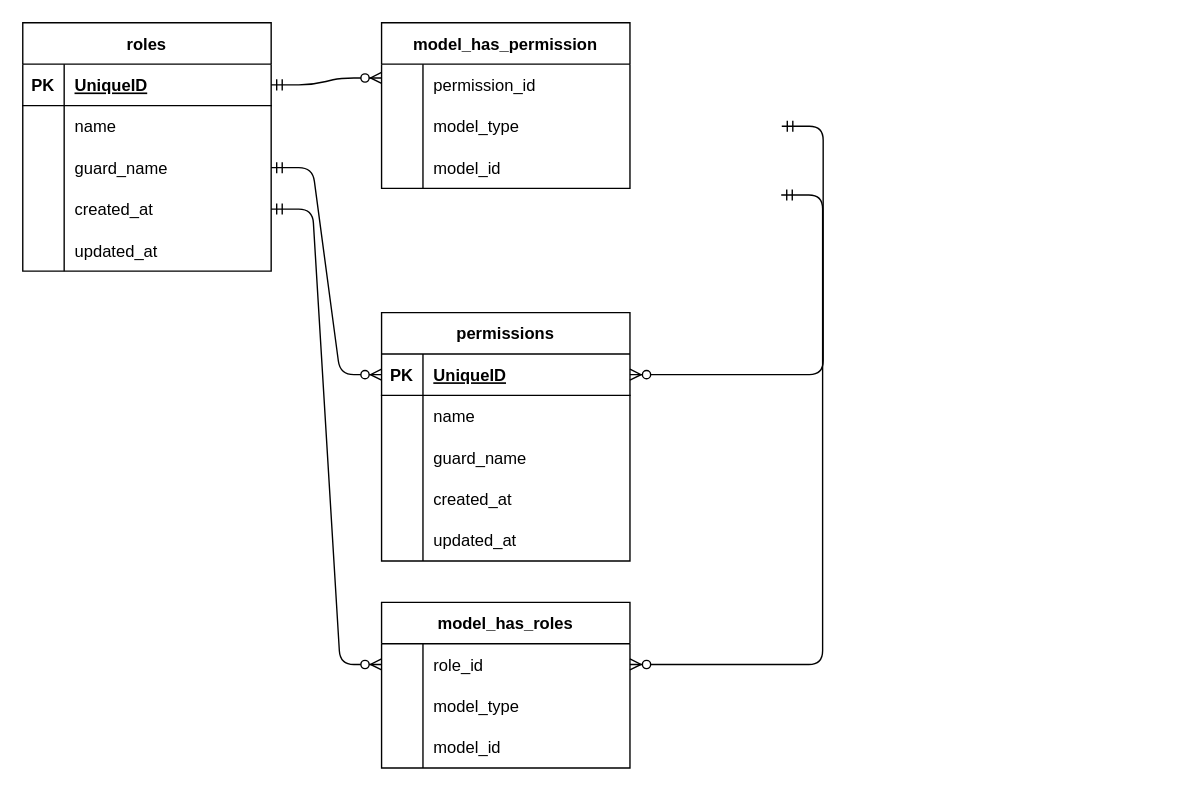
Before: src/laravel_permission.dio in sakanadaketabetetai/rese, a draw.io diagram. Source tidied: cells renumbered, new cells numbered last; positions are measured from the earlier drawing's top-left corner, leaving out a move shared by most shapes. Both pictures are drawn from the tidied source at 138%, with x=0, y=0 at pixel (22, 22).
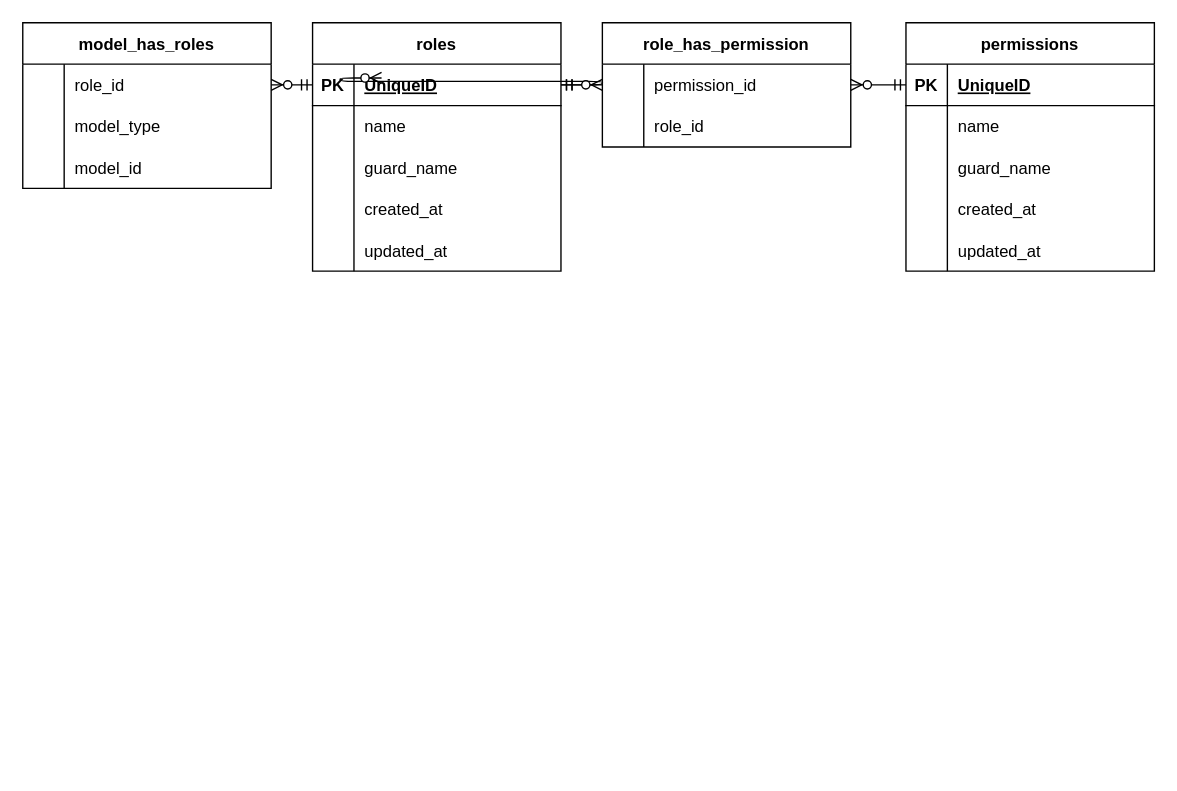
The same diagram, later.

The change refers to these unchanged cells:
```xml
<mxCell id="3" style="shape=tableRow;horizontal=0;startSize=0;swimlaneHead=0;swimlaneBody=0;fillColor=none;points=[[0,0.5],[1,0.5]];portConstraint=eastwest;top=0;left=0;right=0;bottom=1;" parent="2" vertex="1">
  <mxGeometry y="30" width="180" height="30" as="geometry" />
</mxCell>
<mxCell id="9" style="shape=tableRow;horizontal=0;startSize=0;swimlaneHead=0;swimlaneBody=0;fillColor=none;points=[[0,0.5],[1,0.5]];portConstraint=eastwest;top=0;left=0;right=0;bottom=0;" parent="2" vertex="1">
  <mxGeometry y="90" width="180" height="30" as="geometry" />
</mxCell>
<mxCell id="12" style="shape=tableRow;horizontal=0;startSize=0;swimlaneHead=0;swimlaneBody=0;fillColor=none;points=[[0,0.5],[1,0.5]];portConstraint=eastwest;top=0;left=0;right=0;bottom=0;" parent="2" vertex="1">
  <mxGeometry y="120" width="180" height="30" as="geometry" />
</mxCell>
<mxCell id="19" style="shape=tableRow;horizontal=0;startSize=0;swimlaneHead=0;swimlaneBody=0;fillColor=none;points=[[0,0.5],[1,0.5]];portConstraint=eastwest;top=0;left=0;right=0;bottom=1;" parent="18" vertex="1">
  <mxGeometry y="30" width="180" height="30" as="geometry" />
</mxCell>
<mxCell id="35" style="shape=tableRow;horizontal=0;startSize=0;swimlaneHead=0;swimlaneBody=0;fillColor=none;points=[[0,0.5],[1,0.5]];portConstraint=eastwest;top=0;left=0;right=0;bottom=0;" parent="34" vertex="1">
  <mxGeometry y="30" width="180" height="30" as="geometry" />
</mxCell>
<mxCell id="38" style="shape=tableRow;horizontal=0;startSize=0;swimlaneHead=0;swimlaneBody=0;fillColor=none;top=0;left=0;right=0;bottom=0;" parent="34" vertex="1">
  <mxGeometry y="60" width="180" height="30" as="geometry" />
</mxCell>
<mxCell id="45" style="shape=tableRow;horizontal=0;startSize=0;swimlaneHead=0;swimlaneBody=0;fillColor=none;points=[[0,0.5],[1,0.5]];portConstraint=eastwest;top=0;left=0;right=0;bottom=0;" parent="44" vertex="1">
  <mxGeometry y="30" width="180" height="30" as="geometry" />
</mxCell>
```

What changed in the source:
```diff
@@
     <mxCell id="2" value="roles" style="shape=table;startSize=30;childLayout=tableLayout;rowLines=0;fontStyle=1;align=center;" parent="1" vertex="1">
-      <mxGeometry width="180" height="180" as="geometry" />
+      <mxGeometry x="210" width="180" height="180" as="geometry" />
     </mxCell>
@@
     <mxCell id="18" value="permissions" style="shape=table;startSize=30;childLayout=tableLayout;rowLines=0;fontStyle=1;align=center;" parent="1" vertex="1">
-      <mxGeometry x="260" y="210" width="180" height="180" as="geometry" />
+      <mxGeometry x="640" width="180" height="180" as="geometry" />
     </mxCell>
@@
-    <mxCell id="34" value="model_has_permission" style="shape=table;startSize=30;childLayout=tableLayout;rowLines=0;fontStyle=1;align=center;" parent="1" vertex="1">
-      <mxGeometry x="260" width="180" height="120" as="geometry" />
+    <mxCell id="34" value="role_has_permission" style="shape=table;startSize=30;childLayout=tableLayout;rowLines=0;fontStyle=1;align=center;" parent="1" vertex="1">
+      <mxGeometry x="420" width="180" height="90" as="geometry" />
     </mxCell>
@@
-    <mxCell id="40" value="model_type" style="shape=partialRectangle;fillColor=none;top=0;left=0;bottom=0;right=0;align=left;spacingLeft=6;overflow=hidden;" parent="38" vertex="1">
+    <mxCell id="40" value="role_id" style="shape=partialRectangle;fillColor=none;top=0;left=0;bottom=0;right=0;align=left;spacingLeft=6;overflow=hidden;" parent="38" vertex="1">
       <mxGeometry x="30" width="150" height="30" as="geometry" />
     </mxCell>
-    <mxCell id="41" style="shape=tableRow;horizontal=0;startSize=0;swimlaneHead=0;swimlaneBody=0;fillColor=none;top=0;left=0;right=0;bottom=0;" parent="34" vertex="1">
-      <mxGeometry y="90" width="180" height="30" as="geometry" />
-    </mxCell>
-    <mxCell id="42" style="shape=partialRectangle;fillColor=none;top=0;left=0;bottom=0;right=0;overflow=hidden;" parent="41" vertex="1">
-      <mxGeometry width="30" height="30" as="geometry" />
-    </mxCell>
-    <mxCell id="43" value="model_id" style="shape=partialRectangle;fillColor=none;top=0;left=0;bottom=0;right=0;align=left;spacingLeft=6;overflow=hidden;" parent="41" vertex="1">
-      <mxGeometry x="30" width="150" height="30" as="geometry" />
-    </mxCell>
     <mxCell id="44" value="model_has_roles" style="shape=table;startSize=30;childLayout=tableLayout;rowLines=0;fontStyle=1;align=center;" parent="1" vertex="1">
-      <mxGeometry x="260" y="420" width="180" height="120" as="geometry" />
+      <mxGeometry width="180" height="120" as="geometry" />
     </mxCell>
@@
-    <mxCell id="55" style="edgeStyle=entityRelationEdgeStyle;fontSize=12;html=1;endArrow=ERzeroToMany;startArrow=ERmandOne;exitX=1;exitY=0.5;exitDx=0;exitDy=0;entryX=0;entryY=0.5;entryDx=0;entryDy=0;" parent="1" edge="1" source="9" target="19">
+    <mxCell id="55" style="edgeStyle=entityRelationEdgeStyle;fontSize=12;html=1;endArrow=ERzeroToMany;startArrow=ERmandOne;exitX=1;exitY=0.5;exitDx=0;exitDy=0;entryX=0;entryY=0.5;entryDx=0;entryDy=0;" parent="1" edge="1" source="3" target="35">
       <mxGeometry relative="1" as="geometry" />
     </mxCell>
-    <mxCell id="56" style="edgeStyle=entityRelationEdgeStyle;fontSize=12;html=1;endArrow=ERzeroToMany;startArrow=ERmandOne;exitX=0;exitY=0.5;exitDx=0;exitDy=0;entryX=1;entryY=0.5;entryDx=0;entryDy=0;" parent="1" edge="1" target="19">
-      <mxGeometry relative="1" as="geometry">
-        <mxPoint x="550" y="75" as="sourcePoint" />
-      </mxGeometry>
+    <mxCell id="56" style="edgeStyle=entityRelationEdgeStyle;fontSize=12;html=1;endArrow=ERzeroToMany;startArrow=ERmandOne;exitX=0;exitY=0.5;exitDx=0;exitDy=0;entryX=1;entryY=0.5;entryDx=0;entryDy=0;" parent="1" edge="1" source="19" target="35">
+      <mxGeometry relative="1" as="geometry" />
     </mxCell>
-    <mxCell id="57" style="edgeStyle=entityRelationEdgeStyle;fontSize=12;html=1;endArrow=ERzeroToMany;startArrow=ERmandOne;exitX=-0.002;exitY=0.161;exitDx=0;exitDy=0;entryX=1;entryY=0.5;entryDx=0;entryDy=0;exitPerimeter=0;" parent="1" edge="1" target="45">
-      <mxGeometry relative="1" as="geometry">
-        <mxPoint x="549.6" y="124.8" as="sourcePoint" />
-      </mxGeometry>
-    </mxCell>
-    <mxCell id="58" style="edgeStyle=entityRelationEdgeStyle;fontSize=12;html=1;endArrow=ERzeroToMany;startArrow=ERmandOne;exitX=1;exitY=0.5;exitDx=0;exitDy=0;entryX=0;entryY=0.5;entryDx=0;entryDy=0;" parent="1" edge="1" source="12" target="45">
+    <mxCell id="58" style="edgeStyle=entityRelationEdgeStyle;fontSize=12;html=1;endArrow=ERzeroToMany;startArrow=ERmandOne;entryX=1;entryY=0.5;entryDx=0;entryDy=0;exitX=0;exitY=0.5;exitDx=0;exitDy=0;" parent="1" edge="1" source="3" target="45">
       <mxGeometry relative="1" as="geometry" />
     </mxCell>
```
